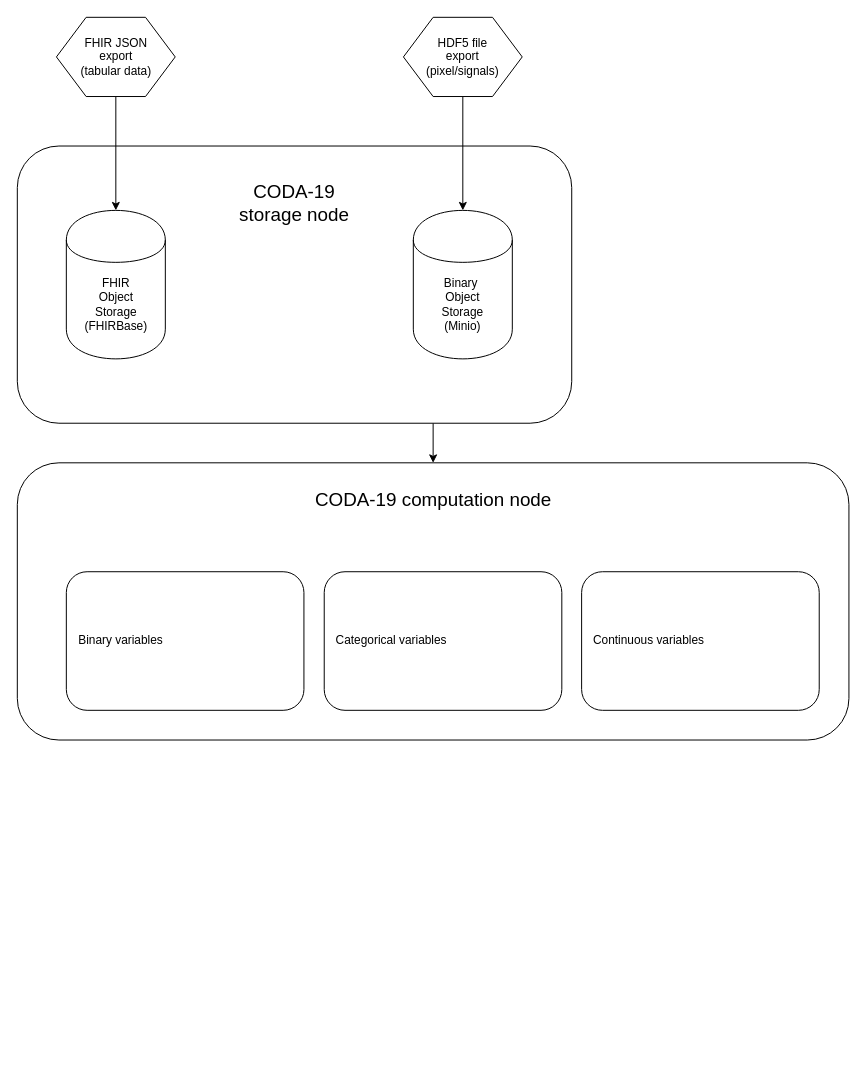
This is graphs/architecture-phase-1.drawio from CODA-19/coda19-documentation, a draw.io file, before an edit. Source tidied: cells renumbered, new cells numbered last; positions are measured from the earlier drawing's top-left corner, leaving out a move shared by most shapes. Both pictures are drawn from the tidied source at 99%, with x=0, y=0 at pixel (17, 17).
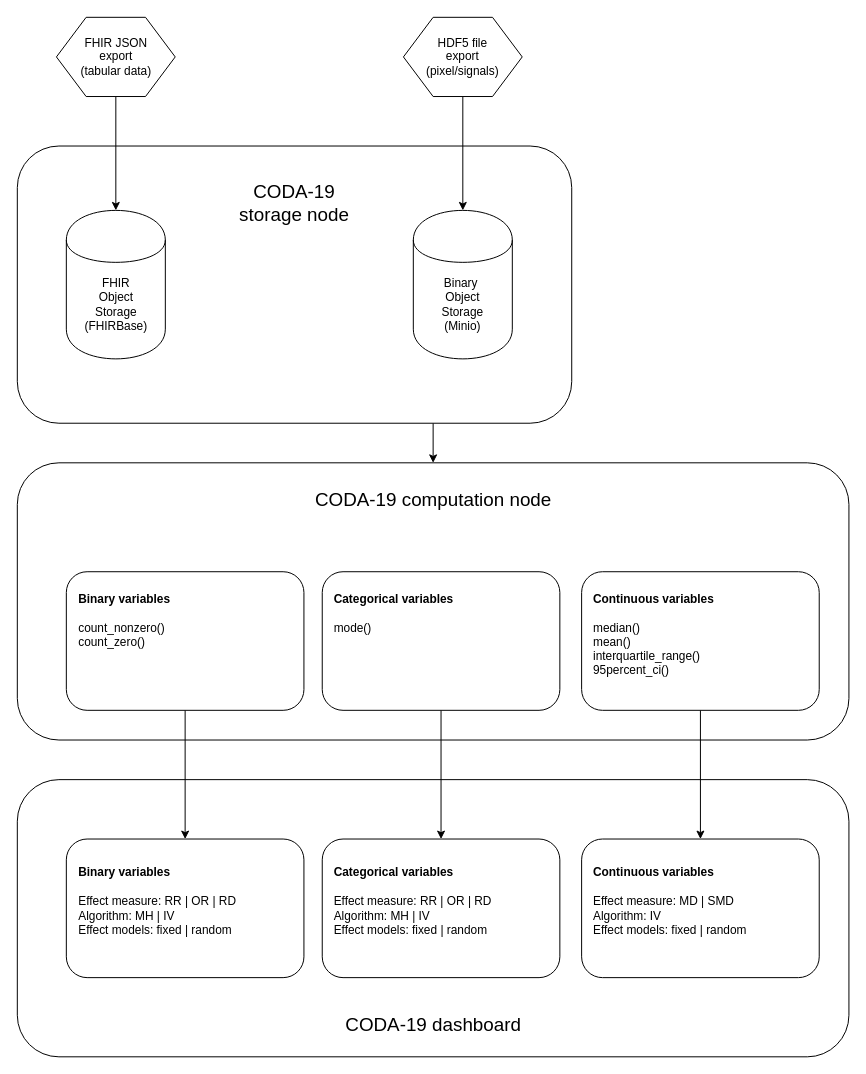
The same diagram, later.

The edit, as a diff of the source:
```diff
@@
+    <mxCell id="16" style="rounded=1;whiteSpace=wrap;html=1;" parent="1" vertex="1">
+      <mxGeometry y="770" width="840" height="280" as="geometry" />
+    </mxCell>
@@
+    <mxCell id="17" style="edgeStyle=orthogonalEdgeStyle;rounded=0;jettySize=auto;html=1;exitX=0.5;exitY=1;exitDx=0;exitDy=0;" parent="1" edge="1" source="9" target="22">
+      <mxGeometry relative="1" as="geometry" />
+    </mxCell>
-    <mxCell id="9" value="&amp;nbsp; &amp;nbsp;Binary variables" style="rounded=1;whiteSpace=wrap;html=1;align=left;" parent="1" vertex="1">
+    <mxCell id="9" value="&lt;br&gt;&amp;nbsp; &amp;nbsp;&lt;b&gt;Binary variables&lt;br&gt;&lt;/b&gt;&lt;br&gt;&amp;nbsp; &amp;nbsp;count_nonzero()&lt;br&gt;&amp;nbsp; &amp;nbsp;count_zero()" style="rounded=1;whiteSpace=wrap;html=1;align=left;verticalAlign=top;" parent="1" vertex="1">
       <mxGeometry x="49.5" y="560" width="240" height="140" as="geometry" />
     </mxCell>
@@
+    <mxCell id="18" style="edgeStyle=orthogonalEdgeStyle;rounded=0;jettySize=auto;html=1;exitX=0.5;exitY=1;exitDx=0;exitDy=0;" parent="1" edge="1" source="14" target="21">
+      <mxGeometry relative="1" as="geometry" />
+    </mxCell>
-    <mxCell id="14" value="&amp;nbsp; &amp;nbsp;Categorical variables&lt;br&gt;" style="rounded=1;whiteSpace=wrap;html=1;align=left;" parent="1" vertex="1">
-      <mxGeometry x="310" y="560" width="240" height="140" as="geometry" />
+    <mxCell id="14" value="&lt;b&gt;&lt;br&gt;&amp;nbsp; &amp;nbsp;Categorical variables&lt;/b&gt;&lt;br&gt;&lt;br&gt;&amp;nbsp; &amp;nbsp;mode()" style="rounded=1;whiteSpace=wrap;html=1;align=left;verticalAlign=top;" parent="1" vertex="1">
+      <mxGeometry x="308" y="560" width="240" height="140" as="geometry" />
     </mxCell>
+    <mxCell id="19" style="edgeStyle=orthogonalEdgeStyle;rounded=0;jettySize=auto;html=1;exitX=0.5;exitY=1;exitDx=0;exitDy=0;" parent="1" edge="1" source="15" target="23">
+      <mxGeometry relative="1" as="geometry" />
+    </mxCell>
-    <mxCell id="15" value="&amp;nbsp; &amp;nbsp;Continuous variables&lt;br&gt;" style="rounded=1;whiteSpace=wrap;html=1;align=left;" parent="1" vertex="1">
+    <mxCell id="15" value="&lt;br&gt;&amp;nbsp;&amp;nbsp;&lt;b&gt;&amp;nbsp;Continuous variables&lt;/b&gt;&lt;br&gt;&lt;br&gt;&amp;nbsp; &amp;nbsp;median()&lt;br&gt;&amp;nbsp; &amp;nbsp;mean()&lt;br&gt;&amp;nbsp; &amp;nbsp;interquartile_range()&lt;br&gt;&amp;nbsp; &amp;nbsp;95percent_ci()" style="rounded=1;whiteSpace=wrap;html=1;align=left;verticalAlign=top;" parent="1" vertex="1">
       <mxGeometry x="570" y="560" width="240" height="140" as="geometry" />
     </mxCell>
+    <mxCell id="20" value="&lt;span style=&quot;font-size: 19px&quot;&gt;CODA-19 dashboard&lt;/span&gt;" style="text;html=1;strokeColor=none;fillColor=none;align=center;verticalAlign=middle;whiteSpace=wrap;rounded=0;" parent="1" vertex="1">
+      <mxGeometry x="167.5" y="990" width="505" height="55" as="geometry" />
+    </mxCell>
+    <mxCell id="21" value="&amp;nbsp; &amp;nbsp;&lt;b&gt;Categorical variables&lt;br&gt;&lt;/b&gt;&amp;nbsp; &amp;nbsp;&lt;br&gt;&amp;nbsp; &amp;nbsp;Effect measure: RR | OR | RD&lt;br&gt;&amp;nbsp; &amp;nbsp;Algorithm: MH | IV&lt;br&gt;&amp;nbsp; &amp;nbsp;Effect models: fixed | random&amp;nbsp;&lt;br&gt;&lt;br&gt;" style="rounded=1;whiteSpace=wrap;html=1;align=left;" parent="1" vertex="1">
+      <mxGeometry x="308" y="830" width="240" height="140" as="geometry" />
+    </mxCell>
+    <mxCell id="22" value="&amp;nbsp; &amp;nbsp;&lt;b&gt;Binary variables&lt;br&gt;&lt;/b&gt;&lt;br&gt;&amp;nbsp; &amp;nbsp;Effect measure: RR | OR | RD&lt;br&gt;&amp;nbsp; &amp;nbsp;Algorithm: MH | IV&amp;nbsp;&lt;br&gt;&amp;nbsp; &amp;nbsp;Effect models: fixed | random&amp;nbsp;&lt;br&gt;&lt;br&gt;" style="rounded=1;whiteSpace=wrap;html=1;align=left;" parent="1" vertex="1">
+      <mxGeometry x="49.5" y="830" width="240" height="140" as="geometry" />
+    </mxCell>
+    <mxCell id="23" value="&amp;nbsp; &amp;nbsp;&lt;b&gt;Continuous variables&lt;br&gt;&lt;/b&gt;&lt;br&gt;&amp;nbsp; &amp;nbsp;Effect measure: MD | SMD&lt;br&gt;&amp;nbsp; &amp;nbsp;Algorithm: IV&lt;br&gt;&amp;nbsp; &amp;nbsp;Effect models: fixed | random&amp;nbsp;&lt;br&gt;&lt;br&gt;" style="rounded=1;whiteSpace=wrap;html=1;align=left;" parent="1" vertex="1">
+      <mxGeometry x="570" y="830" width="240" height="140" as="geometry" />
+    </mxCell>
```
